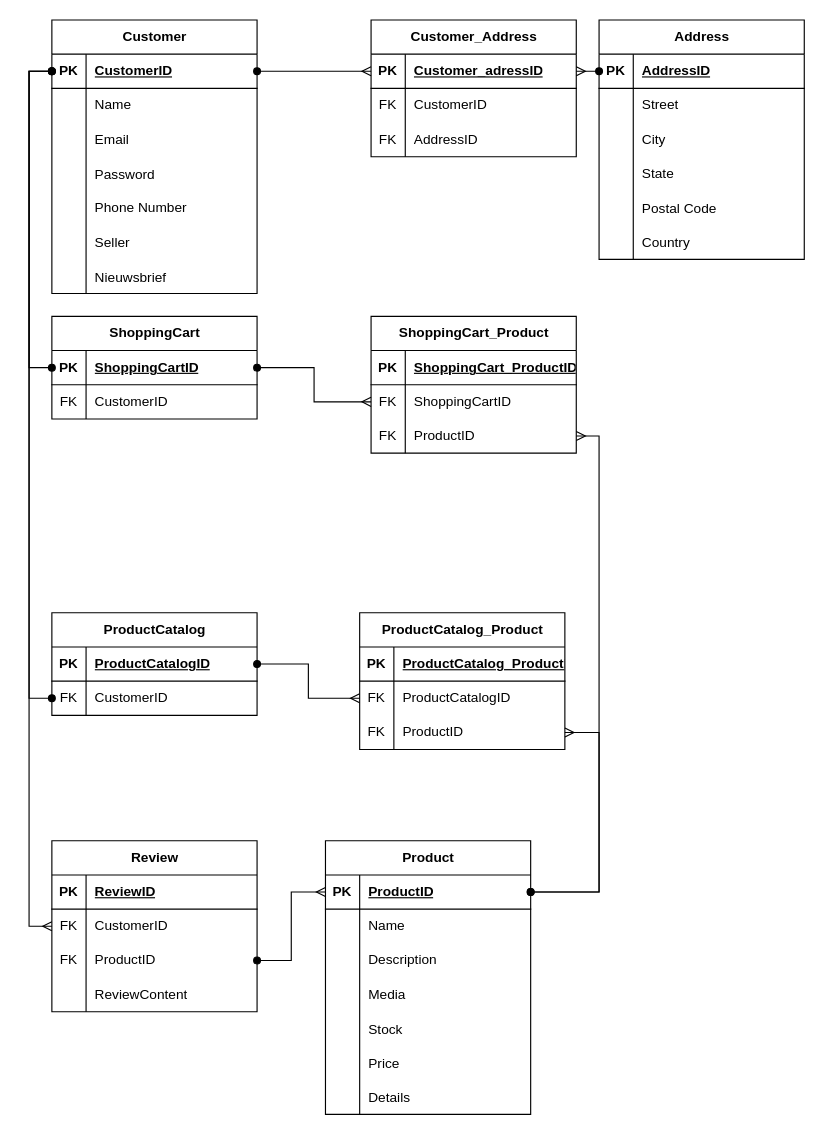
Before: analysis/Logical model.drawio in UCLL-Full-stack/project2425-ti-group-2-11, a draw.io diagram. Source tidied: cells renumbered, new cells numbered last; positions are measured from the earlier drawing's top-left corner, leaving out a move shared by most shapes. Both pictures are drawn from the tidied source at 114%, with x=0, y=0 at pixel (51, 19).
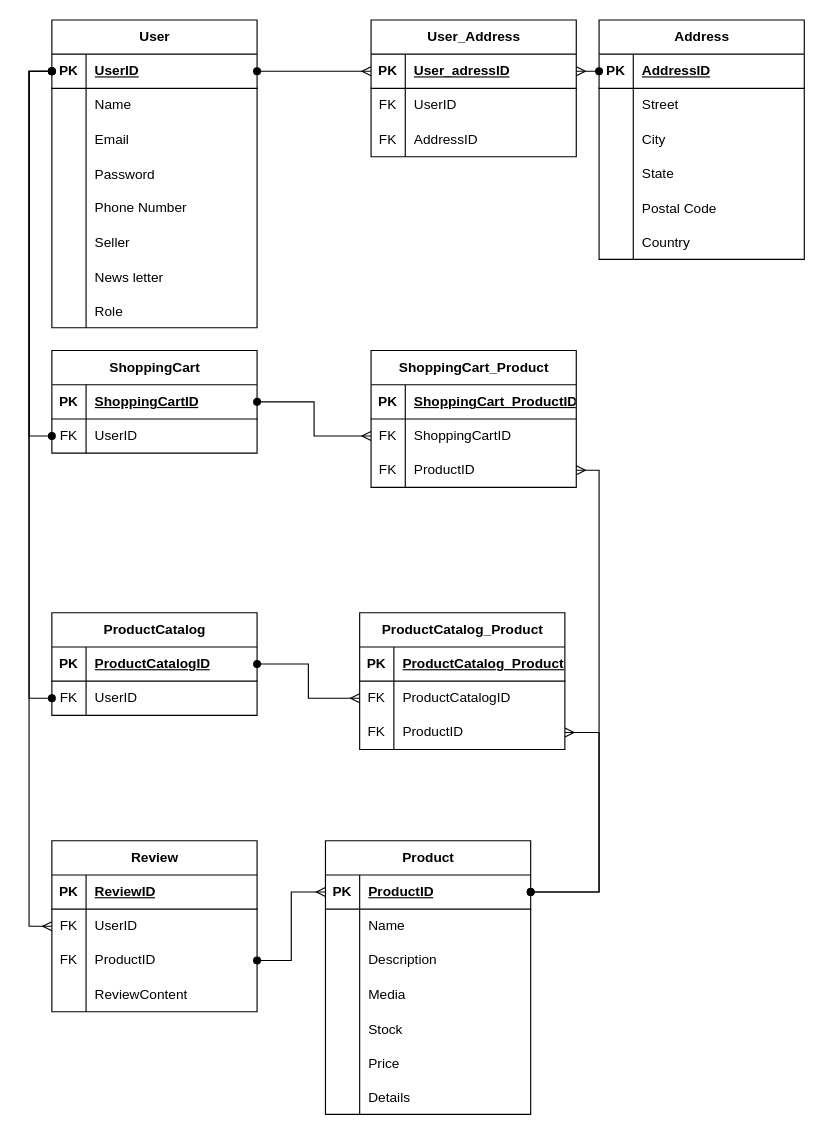
Above is the later version.

Commit message (it also covers changes not shown here):
Customer naar user veranderd en role toegevoegd voor admin mogelijkheden

The change refers to these unchanged cells:
```xml
<mxCell id="3" style="shape=tableRow;horizontal=0;startSize=0;swimlaneHead=0;swimlaneBody=0;fillColor=none;points=[[0,0.5],[1,0.5]];portConstraint=eastwest;top=0;left=0;right=0;bottom=1;" parent="2" vertex="1">
  <mxGeometry y="30" width="180" height="30" as="geometry" />
</mxCell>
<mxCell id="21" style="shape=tableRow;horizontal=0;startSize=0;swimlaneHead=0;swimlaneBody=0;fillColor=none;top=0;left=0;right=0;bottom=0;" parent="2" vertex="1">
  <mxGeometry y="210" width="180" height="30" as="geometry" />
</mxCell>
<mxCell id="44" style="shape=tableRow;horizontal=0;startSize=0;swimlaneHead=0;swimlaneBody=0;fillColor=none;points=[[0,0.5],[1,0.5]];portConstraint=eastwest;top=0;left=0;right=0;bottom=1;" parent="43" vertex="1">
  <mxGeometry y="30" width="180" height="30" as="geometry" />
</mxCell>
<mxCell id="47" style="shape=tableRow;horizontal=0;startSize=0;swimlaneHead=0;swimlaneBody=0;fillColor=none;top=0;left=0;right=0;bottom=0;" parent="43" vertex="1">
  <mxGeometry y="60" width="180" height="30" as="geometry" />
</mxCell>
<mxCell id="59" style="shape=tableRow;horizontal=0;startSize=0;swimlaneHead=0;swimlaneBody=0;fillColor=none;points=[[0,0.5],[1,0.5]];portConstraint=eastwest;top=0;left=0;right=0;bottom=0;" parent="55" vertex="1">
  <mxGeometry y="60" width="180" height="30" as="geometry" />
</mxCell>
<mxCell id="93" style="shape=tableRow;horizontal=0;startSize=0;swimlaneHead=0;swimlaneBody=0;fillColor=none;points=[[0,0.5],[1,0.5]];portConstraint=eastwest;top=0;left=0;right=0;bottom=1;" parent="92" vertex="1">
  <mxGeometry y="30" width="180" height="30" as="geometry" />
</mxCell>
<mxCell id="96" style="shape=tableRow;horizontal=0;startSize=0;swimlaneHead=0;swimlaneBody=0;fillColor=none;points=[[0,0.5],[1,0.5]];portConstraint=eastwest;top=0;left=0;right=0;bottom=0;" parent="92" vertex="1">
  <mxGeometry y="60" width="180" height="30" as="geometry" />
</mxCell>
<mxCell id="103" style="shape=tableRow;horizontal=0;startSize=0;swimlaneHead=0;swimlaneBody=0;fillColor=none;points=[[0,0.5],[1,0.5]];portConstraint=eastwest;top=0;left=0;right=0;bottom=0;" parent="99" vertex="1">
  <mxGeometry y="60" width="180" height="30" as="geometry" />
</mxCell>
```

What changed in the source:
```diff
@@
-    <mxCell id="2" value="Customer" style="shape=table;startSize=30;childLayout=tableLayout;rowLines=0;fontStyle=1;align=center;html=1;" parent="1" vertex="1">
-      <mxGeometry width="180" height="240" as="geometry" />
+    <mxCell id="2" value="User" style="shape=table;startSize=30;childLayout=tableLayout;rowLines=0;fontStyle=1;align=center;html=1;" parent="1" vertex="1">
+      <mxGeometry width="180" height="270" as="geometry" />
     </mxCell>
@@
-    <mxCell id="5" value="CustomerID" style="shape=partialRectangle;fillColor=none;top=0;left=0;bottom=0;right=0;align=left;spacingLeft=6;fontStyle=5;overflow=hidden;whiteSpace=wrap;html=1;" parent="3" vertex="1">
+    <mxCell id="5" value="UserID" style="shape=partialRectangle;fillColor=none;top=0;left=0;bottom=0;right=0;align=left;spacingLeft=6;fontStyle=5;overflow=hidden;whiteSpace=wrap;html=1;" parent="3" vertex="1">
       <mxGeometry x="30" width="150" height="30" as="geometry" />
     </mxCell>
@@
-    <mxCell id="23" value="Nieuwsbrief" style="shape=partialRectangle;fillColor=none;top=0;left=0;bottom=0;right=0;align=left;spacingLeft=6;overflow=hidden;" parent="21" vertex="1">
+    <mxCell id="23" value="News letter" style="shape=partialRectangle;fillColor=none;top=0;left=0;bottom=0;right=0;align=left;spacingLeft=6;overflow=hidden;" parent="21" vertex="1">
       <mxGeometry x="30" width="150" height="30" as="geometry" />
     </mxCell>
+    <mxCell id="132" style="shape=tableRow;horizontal=0;startSize=0;swimlaneHead=0;swimlaneBody=0;fillColor=none;top=0;left=0;right=0;bottom=0;" parent="2" vertex="1">
+      <mxGeometry y="240" width="180" height="30" as="geometry" />
+    </mxCell>
+    <mxCell id="133" style="shape=partialRectangle;fillColor=none;top=0;left=0;bottom=0;right=0;overflow=hidden;" parent="132" vertex="1">
+      <mxGeometry width="30" height="30" as="geometry" />
+    </mxCell>
+    <mxCell id="134" value="Role" style="shape=partialRectangle;fillColor=none;top=0;left=0;bottom=0;right=0;align=left;spacingLeft=6;overflow=hidden;" parent="132" vertex="1">
+      <mxGeometry x="30" width="150" height="30" as="geometry" />
+    </mxCell>
@@
-    <mxCell id="43" value="Customer_Address" style="shape=table;startSize=30;childLayout=tableLayout;rowLines=0;fontStyle=1;align=center;html=1;" parent="1" vertex="1">
+    <mxCell id="43" value="User_Address" style="shape=table;startSize=30;childLayout=tableLayout;rowLines=0;fontStyle=1;align=center;html=1;" parent="1" vertex="1">
       <mxGeometry x="280" width="180" height="120" as="geometry" />
     </mxCell>
@@
-    <mxCell id="46" value="Customer_adressID" style="shape=partialRectangle;fillColor=none;top=0;left=0;bottom=0;right=0;align=left;spacingLeft=6;fontStyle=5;overflow=hidden;whiteSpace=wrap;html=1;" parent="44" vertex="1">
+    <mxCell id="46" value="User_adressID" style="shape=partialRectangle;fillColor=none;top=0;left=0;bottom=0;right=0;align=left;spacingLeft=6;fontStyle=5;overflow=hidden;whiteSpace=wrap;html=1;" parent="44" vertex="1">
       <mxGeometry x="30" width="150" height="30" as="geometry" />
     </mxCell>
@@
-    <mxCell id="49" value="CustomerID" style="shape=partialRectangle;fillColor=none;top=0;left=0;bottom=0;right=0;align=left;spacingLeft=6;overflow=hidden;whiteSpace=wrap;html=1;" parent="47" vertex="1">
+    <mxCell id="49" value="UserID" style="shape=partialRectangle;fillColor=none;top=0;left=0;bottom=0;right=0;align=left;spacingLeft=6;overflow=hidden;whiteSpace=wrap;html=1;" parent="47" vertex="1">
       <mxGeometry x="30" width="150" height="30" as="geometry" />
     </mxCell>
@@
-    <mxCell id="61" value="CustomerID" style="shape=partialRectangle;fillColor=none;top=0;left=0;bottom=0;right=0;align=left;spacingLeft=6;overflow=hidden;whiteSpace=wrap;html=1;" parent="59" vertex="1">
+    <mxCell id="61" value="UserID" style="shape=partialRectangle;fillColor=none;top=0;left=0;bottom=0;right=0;align=left;spacingLeft=6;overflow=hidden;whiteSpace=wrap;html=1;" parent="59" vertex="1">
       <mxGeometry x="30" width="150" height="30" as="geometry" />
     </mxCell>
@@
     <mxCell id="92" value="ShoppingCart" style="shape=table;startSize=30;childLayout=tableLayout;rowLines=0;fontStyle=1;align=center;html=1;" parent="1" vertex="1">
-      <mxGeometry y="260" width="180" height="90" as="geometry" />
+      <mxGeometry y="290" width="180" height="90" as="geometry" />
     </mxCell>
@@
-    <mxCell id="98" value="CustomerID" style="shape=partialRectangle;fillColor=none;top=0;left=0;bottom=0;right=0;align=left;spacingLeft=6;overflow=hidden;whiteSpace=wrap;html=1;" parent="96" vertex="1">
+    <mxCell id="98" value="UserID" style="shape=partialRectangle;fillColor=none;top=0;left=0;bottom=0;right=0;align=left;spacingLeft=6;overflow=hidden;whiteSpace=wrap;html=1;" parent="96" vertex="1">
       <mxGeometry x="30" width="150" height="30" as="geometry" />
     </mxCell>
@@
-    <mxCell id="105" value="CustomerID" style="shape=partialRectangle;fillColor=none;top=0;left=0;bottom=0;right=0;align=left;spacingLeft=6;overflow=hidden;whiteSpace=wrap;html=1;" parent="103" vertex="1">
+    <mxCell id="105" value="UserID" style="shape=partialRectangle;fillColor=none;top=0;left=0;bottom=0;right=0;align=left;spacingLeft=6;overflow=hidden;whiteSpace=wrap;html=1;" parent="103" vertex="1">
       <mxGeometry x="30" width="150" height="30" as="geometry" />
     </mxCell>
-    <mxCell id="106" style="edgeStyle=orthogonalEdgeStyle;rounded=0;jettySize=auto;html=1;entryX=0;entryY=0.5;entryDx=0;entryDy=0;startArrow=oval;startFill=1;endArrow=oval;endFill=1;" parent="1" edge="1" source="3" target="93">
+    <mxCell id="106" style="edgeStyle=orthogonalEdgeStyle;rounded=0;jettySize=auto;html=1;entryX=0;entryY=0.5;entryDx=0;entryDy=0;startArrow=oval;startFill=1;endArrow=oval;endFill=1;" parent="1" edge="1" source="3" target="96">
       <mxGeometry relative="1" as="geometry" />
     </mxCell>
@@
     <mxCell id="108" value="ShoppingCart_Product" style="shape=table;startSize=30;childLayout=tableLayout;rowLines=0;fontStyle=1;align=center;html=1;" parent="1" vertex="1">
-      <mxGeometry x="280" y="260" width="180" height="120" as="geometry" />
+      <mxGeometry x="280" y="290" width="180" height="120" as="geometry" />
     </mxCell>
```
